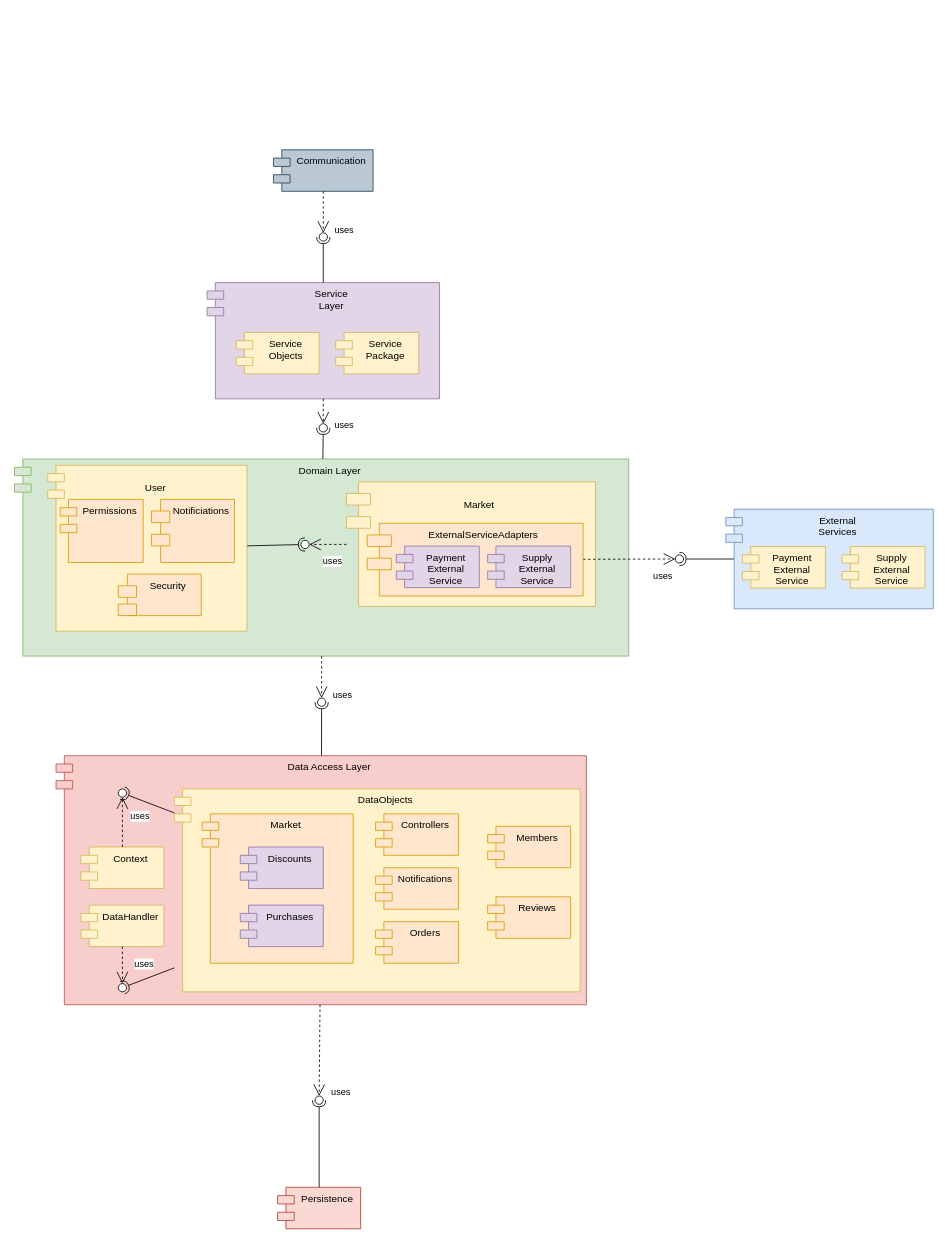
itaitzruia4/Workshop keeps this draw.io diagram as page "Component Diagram" (2 of 3) of Workshop.drawio. Above is the earlier version. Source tidied: cells renumbered, new cells numbered last; positions are measured from the earlier drawing's top-left corner, leaving out a move shared by most shapes. Both pictures are drawn from the tidied source at 83%, with x=0, y=0 at pixel (14, 149).
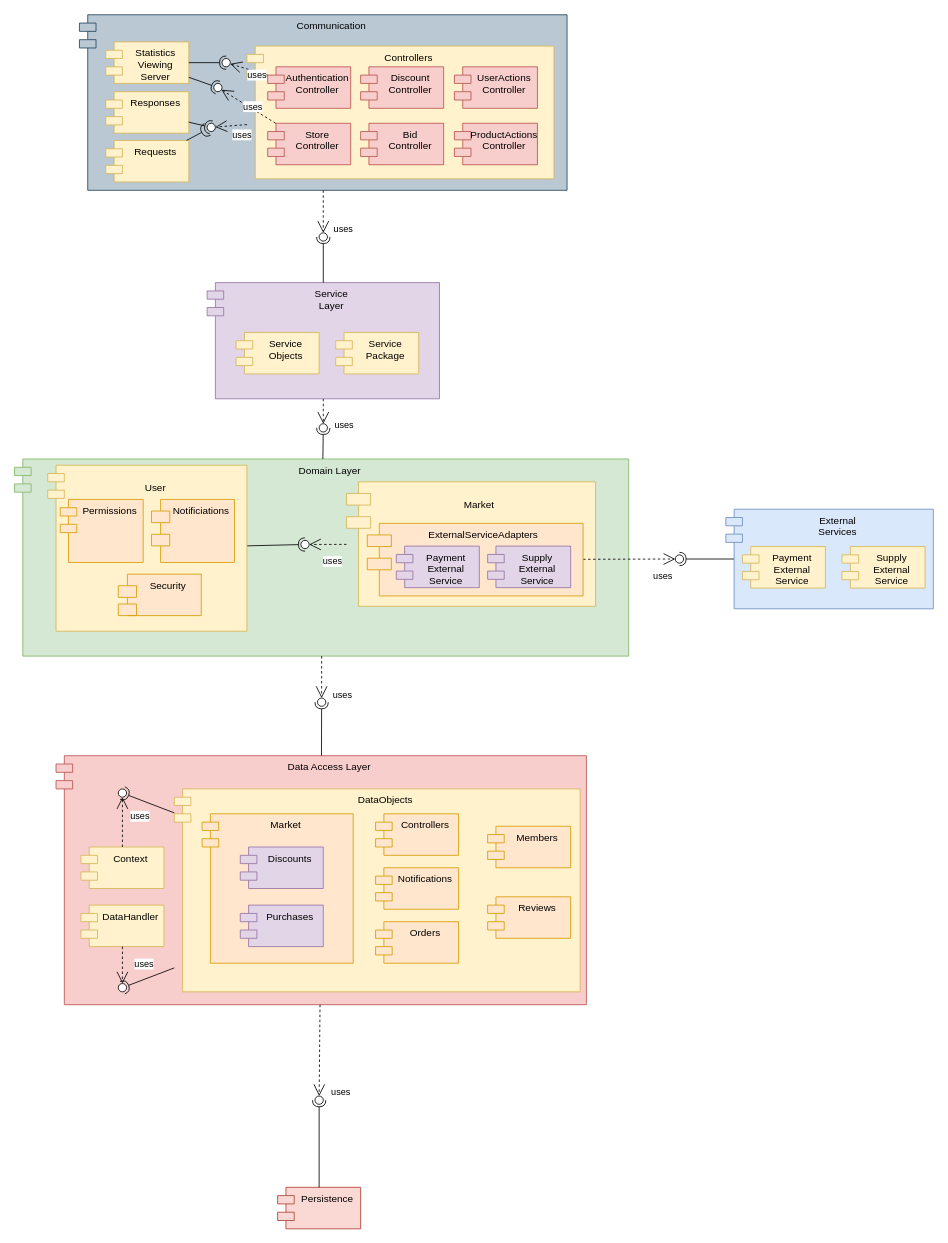
After the change.

Commit message:
Updated API component diagram

Diff of the diagram source:
```diff
@@
     <mxCell id="12" value="Communication" style="shape=module;align=left;spacingLeft=20;align=center;verticalAlign=top;fillColor=#bac8d3;strokeColor=#23445d;" parent="1" vertex="1">
-      <mxGeometry x="312" width="120" height="50" as="geometry" />
+      <mxGeometry x="78.2" y="-162.7" width="587.5" height="211.5" as="geometry" />
     </mxCell>
@@
+    <mxCell id="67" value="Controllers" style="shape=module;align=left;spacingLeft=20;align=center;verticalAlign=top;fillColor=#fff2cc;strokeColor=#d6b656;" parent="1" vertex="1">
+      <mxGeometry x="280" y="-125" width="370" height="160" as="geometry" />
+    </mxCell>
+    <mxCell id="68" value="Requests" style="shape=module;align=left;spacingLeft=20;align=center;verticalAlign=top;fillColor=#fff2cc;strokeColor=#d6b656;" parent="1" vertex="1">
+      <mxGeometry x="110" y="-11.3" width="100" height="50" as="geometry" />
+    </mxCell>
+    <mxCell id="69" value="Responses" style="shape=module;align=left;spacingLeft=20;align=center;verticalAlign=top;fillColor=#fff2cc;strokeColor=#d6b656;" parent="1" vertex="1">
+      <mxGeometry x="110" y="-70" width="100" height="50" as="geometry" />
+    </mxCell>
+    <mxCell id="70" value="Statistics&#10;Viewing&#10;Server" style="shape=module;align=left;spacingLeft=20;align=center;verticalAlign=top;fillColor=#fff2cc;strokeColor=#d6b656;" parent="1" vertex="1">
+      <mxGeometry x="110" y="-130" width="100" height="50" as="geometry" />
+    </mxCell>
+    <mxCell id="71" value="Authentication&#10;Controller" style="shape=module;align=left;spacingLeft=20;align=center;verticalAlign=top;fillColor=#f8cecc;strokeColor=#b85450;" parent="1" vertex="1">
+      <mxGeometry x="305" y="-100" width="100" height="50" as="geometry" />
+    </mxCell>
+    <mxCell id="72" value="Bid&#10;Controller" style="shape=module;align=left;spacingLeft=20;align=center;verticalAlign=top;fillColor=#f8cecc;strokeColor=#b85450;" parent="1" vertex="1">
+      <mxGeometry x="417" y="-32" width="100" height="50" as="geometry" />
+    </mxCell>
+    <mxCell id="73" value="Discount&#10;Controller" style="shape=module;align=left;spacingLeft=20;align=center;verticalAlign=top;fillColor=#f8cecc;strokeColor=#b85450;" parent="1" vertex="1">
+      <mxGeometry x="417" y="-100" width="100" height="50" as="geometry" />
+    </mxCell>
+    <mxCell id="74" value="ProductActions&#10;Controller" style="shape=module;align=left;spacingLeft=20;align=center;verticalAlign=top;fillColor=#f8cecc;strokeColor=#b85450;" parent="1" vertex="1">
+      <mxGeometry x="530" y="-32" width="100" height="50" as="geometry" />
+    </mxCell>
+    <mxCell id="75" value="Store&#10;Controller" style="shape=module;align=left;spacingLeft=20;align=center;verticalAlign=top;fillColor=#f8cecc;strokeColor=#b85450;" parent="1" vertex="1">
+      <mxGeometry x="305" y="-32" width="100" height="50" as="geometry" />
+    </mxCell>
+    <mxCell id="76" value="UserActions&#10;Controller" style="shape=module;align=left;spacingLeft=20;align=center;verticalAlign=top;fillColor=#f8cecc;strokeColor=#b85450;" parent="1" vertex="1">
+      <mxGeometry x="530" y="-100" width="100" height="50" as="geometry" />
+    </mxCell>
+    <mxCell id="77" style="rounded=0;jettySize=auto;html=1;endArrow=halfCircle;endFill=0;entryX=0.5;entryY=0.5;endSize=6;strokeWidth=1;sketch=0;" parent="1" edge="1" source="70" target="78">
+      <mxGeometry relative="1" as="geometry" />
+    </mxCell>
+    <mxCell id="78" style="ellipse;whiteSpace=wrap;html=1;align=center;points=[];outlineConnect=0;sketch=0;" parent="1" vertex="1">
+      <mxGeometry x="250" y="-110" width="10" height="10" as="geometry" />
+    </mxCell>
+    <mxCell id="79" style="endArrow=open;endSize=12;dashed=1;html=1;rounded=0;" parent="1" edge="1" source="71" target="78">
+      <mxGeometry x="0.47" y="-72" relative="1" as="geometry" />
+    </mxCell>
+    <mxCell id="80" value="uses" style="edgeLabel;html=1;align=center;verticalAlign=middle;" parent="79" vertex="1">
+      <mxGeometry x="0.52" y="2" relative="1" as="geometry">
+        <mxPoint x="22" y="8" as="offset" />
+      </mxGeometry>
+    </mxCell>
+    <mxCell id="81" style="rounded=0;jettySize=auto;html=1;endArrow=halfCircle;endFill=0;entryX=0.5;entryY=0.5;endSize=6;strokeWidth=1;sketch=0;" parent="1" edge="1" source="70" target="82">
+      <mxGeometry relative="1" as="geometry" />
+    </mxCell>
+    <mxCell id="82" style="ellipse;whiteSpace=wrap;html=1;align=center;points=[];outlineConnect=0;sketch=0;" parent="1" vertex="1">
+      <mxGeometry x="240" y="-80" width="10" height="10" as="geometry" />
+    </mxCell>
+    <mxCell id="83" style="endArrow=open;endSize=12;dashed=1;html=1;rounded=0;" parent="1" edge="1" source="75" target="82">
+      <mxGeometry x="0.47" y="-72" relative="1" as="geometry" />
+    </mxCell>
+    <mxCell id="84" value="uses" style="edgeLabel;html=1;align=center;verticalAlign=middle;" parent="83" vertex="1">
+      <mxGeometry x="0.52" y="2" relative="1" as="geometry">
+        <mxPoint x="22" y="8" as="offset" />
+      </mxGeometry>
+    </mxCell>
+    <mxCell id="85" style="rounded=0;jettySize=auto;html=1;endArrow=halfCircle;endFill=0;entryX=0.5;entryY=0.5;endSize=6;strokeWidth=1;sketch=0;" parent="1" edge="1" source="69" target="86">
+      <mxGeometry relative="1" as="geometry" />
+    </mxCell>
+    <mxCell id="86" style="ellipse;whiteSpace=wrap;html=1;align=center;points=[];outlineConnect=0;sketch=0;" parent="1" vertex="1">
+      <mxGeometry x="232" y="-32" width="10" height="10" as="geometry" />
+    </mxCell>
+    <mxCell id="87" style="endArrow=open;endSize=12;dashed=1;html=1;rounded=0;" parent="1" edge="1" source="67" target="86">
+      <mxGeometry x="0.47" y="-72" relative="1" as="geometry" />
+    </mxCell>
+    <mxCell id="88" value="uses" style="edgeLabel;html=1;align=center;verticalAlign=middle;" parent="87" vertex="1">
+      <mxGeometry x="0.52" y="2" relative="1" as="geometry">
+        <mxPoint x="22" y="8" as="offset" />
+      </mxGeometry>
+    </mxCell>
+    <mxCell id="89" style="rounded=0;jettySize=auto;html=1;endArrow=halfCircle;endFill=0;endSize=6;strokeWidth=1;sketch=0;" parent="1" edge="1" source="68" target="86">
+      <mxGeometry relative="1" as="geometry" />
+    </mxCell>
```
